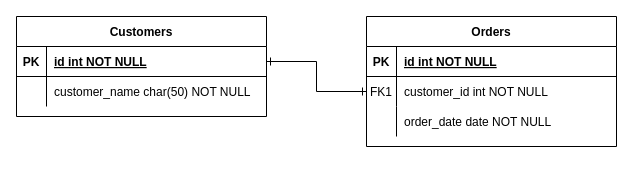
Earlier version of the draw.io diagram angular-dtabase-test-schema.drawio (alocin98/angular-database-test). Source tidied: cells renumbered, new cells numbered last; positions are measured from the earlier drawing's top-left corner, leaving out a move shared by most shapes. Both pictures are drawn from the tidied source at 100%, with x=0, y=0 at pixel (16, 16).
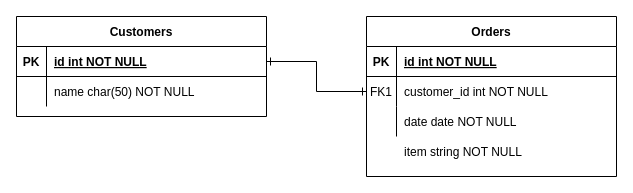
After the change.

Unchanged cells that the change refers to:
```xml
<mxCell id="9" style="shape=partialRectangle;fillColor=none;top=0;left=0;right=0;bottom=0;" parent="2" vertex="1">
  <mxGeometry y="90" width="250" height="30" as="geometry" />
</mxCell>
<mxCell id="16" style="shape=partialRectangle;fillColor=none;top=0;left=0;right=0;bottom=0;" parent="12" vertex="1">
  <mxGeometry y="60" width="250" height="30" as="geometry" />
</mxCell>
```

Change to the diagram source:
```diff
@@
     <mxCell id="2" value="Orders" style="shape=table;startSize=30;childLayout=tableLayout;rowLines=0;fontStyle=1;align=center;" parent="1" vertex="1">
-      <mxGeometry x="350" width="250" height="130" as="geometry" />
+      <mxGeometry x="350" width="250" height="160" as="geometry" />
     </mxCell>
@@
-    <mxCell id="11" value="order_date date NOT NULL" style="shape=partialRectangle;overflow=hidden;fillColor=none;top=0;left=0;bottom=0;right=0;align=left;spacingLeft=6;" parent="9" vertex="1">
+    <mxCell id="11" value="date date NOT NULL" style="shape=partialRectangle;overflow=hidden;fillColor=none;top=0;left=0;bottom=0;right=0;align=left;spacingLeft=6;" parent="9" vertex="1">
       <mxGeometry x="30" width="220" height="30" as="geometry" />
     </mxCell>
@@
-    <mxCell id="18" value="customer_name char(50) NOT NULL" style="shape=partialRectangle;overflow=hidden;fillColor=none;top=0;left=0;bottom=0;right=0;align=left;spacingLeft=6;" parent="16" vertex="1">
+    <mxCell id="18" value="name char(50) NOT NULL" style="shape=partialRectangle;overflow=hidden;fillColor=none;top=0;left=0;bottom=0;right=0;align=left;spacingLeft=6;" parent="16" vertex="1">
       <mxGeometry x="30" width="220" height="30" as="geometry" />
     </mxCell>
@@
+    <mxCell id="20" value="item string NOT NULL" style="shape=partialRectangle;overflow=hidden;fillColor=none;top=0;left=0;bottom=0;right=0;align=left;spacingLeft=6;" parent="1" vertex="1">
+      <mxGeometry x="380" y="120" width="220" height="30" as="geometry" />
+    </mxCell>
```
